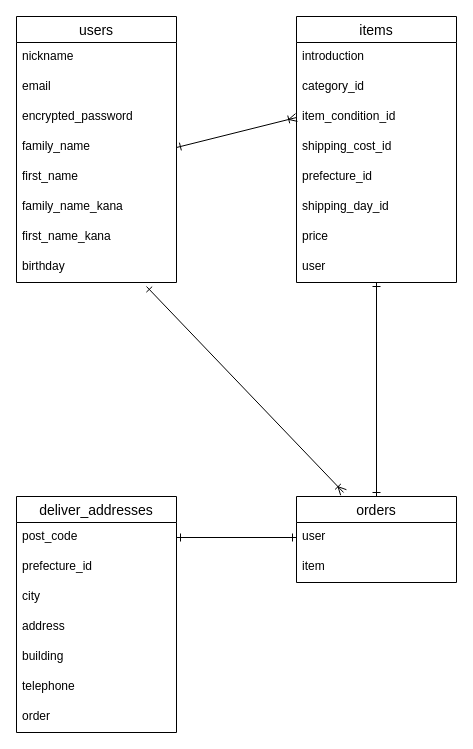
This is furima.dio from skyhightech55/furima-37322, a draw.io file, before an edit. Source tidied: cells renumbered, new cells numbered last; positions are measured from the earlier drawing's top-left corner, leaving out a move shared by most shapes. Both pictures are drawn from the tidied source at 100%, with x=0, y=0 at pixel (16, 16).
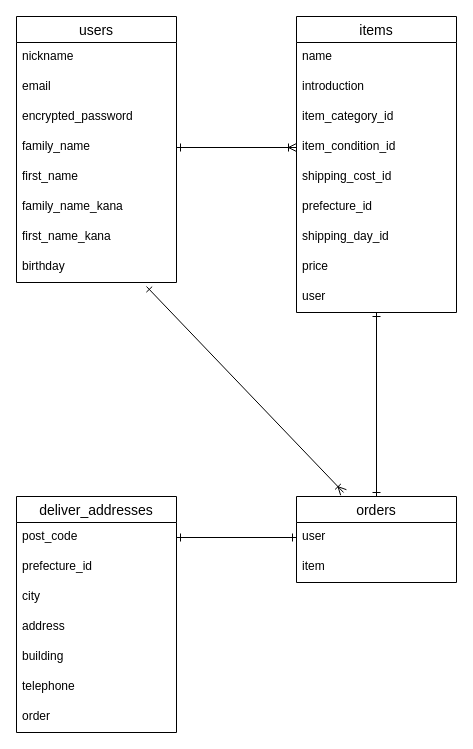
The same page after the edit.

The edit, as a diff of the source:
```diff
@@
     <mxCell id="11" value="items" style="swimlane;fontStyle=0;horizontal=1;startSize=26;align=center;fontSize=14;" parent="1" vertex="1">
-      <mxGeometry x="280" width="160" height="266" as="geometry" />
+      <mxGeometry x="280" width="160" height="296" as="geometry" />
     </mxCell>
-    <mxCell id="12" value="introduction" style="text;strokeColor=none;fillColor=none;spacingLeft=4;spacingRight=4;overflow=hidden;fontSize=12;" parent="11" vertex="1">
+    <mxCell id="12" value="name" style="text;strokeColor=none;fillColor=none;spacingLeft=4;spacingRight=4;overflow=hidden;fontSize=12;" parent="11" vertex="1">
       <mxGeometry y="26" width="160" height="30" as="geometry" />
     </mxCell>
+    <mxCell id="35" value="introduction" style="text;strokeColor=none;fillColor=none;spacingLeft=4;spacingRight=4;overflow=hidden;fontSize=12;" parent="11" vertex="1">
+      <mxGeometry y="56" width="160" height="30" as="geometry" />
+    </mxCell>
-    <mxCell id="13" value="category_id" style="text;strokeColor=none;fillColor=none;spacingLeft=4;spacingRight=4;overflow=hidden;fontSize=12;" parent="11" vertex="1">
-      <mxGeometry y="56" width="160" height="30" as="geometry" />
+    <mxCell id="13" value="item_category_id" style="text;strokeColor=none;fillColor=none;spacingLeft=4;spacingRight=4;overflow=hidden;fontSize=12;" parent="11" vertex="1">
+      <mxGeometry y="86" width="160" height="30" as="geometry" />
     </mxCell>
     <mxCell id="14" value="item_condition_id" style="text;strokeColor=none;fillColor=none;spacingLeft=4;spacingRight=4;overflow=hidden;points=[[0,0.5],[1,0.5]];portConstraint=eastwest;fontSize=12;" parent="11" vertex="1">
-      <mxGeometry y="86" width="160" height="30" as="geometry" />
+      <mxGeometry y="116" width="160" height="30" as="geometry" />
     </mxCell>
     <mxCell id="15" value="shipping_cost_id" style="text;strokeColor=none;fillColor=none;spacingLeft=4;spacingRight=4;overflow=hidden;fontSize=12;" parent="11" vertex="1">
-      <mxGeometry y="116" width="160" height="30" as="geometry" />
+      <mxGeometry y="146" width="160" height="30" as="geometry" />
     </mxCell>
     <mxCell id="16" value="prefecture_id" style="text;strokeColor=none;fillColor=none;spacingLeft=4;spacingRight=4;overflow=hidden;fontSize=12;" parent="11" vertex="1">
-      <mxGeometry y="146" width="160" height="30" as="geometry" />
+      <mxGeometry y="176" width="160" height="30" as="geometry" />
     </mxCell>
     <mxCell id="17" value="shipping_day_id" style="text;strokeColor=none;fillColor=none;spacingLeft=4;spacingRight=4;overflow=hidden;fontSize=12;" parent="11" vertex="1">
-      <mxGeometry y="176" width="160" height="30" as="geometry" />
+      <mxGeometry y="206" width="160" height="30" as="geometry" />
     </mxCell>
     <mxCell id="18" value="price" style="text;strokeColor=none;fillColor=none;spacingLeft=4;spacingRight=4;overflow=hidden;fontSize=12;" parent="11" vertex="1">
-      <mxGeometry y="206" width="160" height="30" as="geometry" />
+      <mxGeometry y="236" width="160" height="30" as="geometry" />
     </mxCell>
     <mxCell id="19" value="user" style="text;strokeColor=none;fillColor=none;spacingLeft=4;spacingRight=4;overflow=hidden;points=[[0,0.5],[1,0.5]];portConstraint=eastwest;fontSize=12;" parent="11" vertex="1">
-      <mxGeometry y="236" width="160" height="30" as="geometry" />
+      <mxGeometry y="266" width="160" height="30" as="geometry" />
     </mxCell>
```
